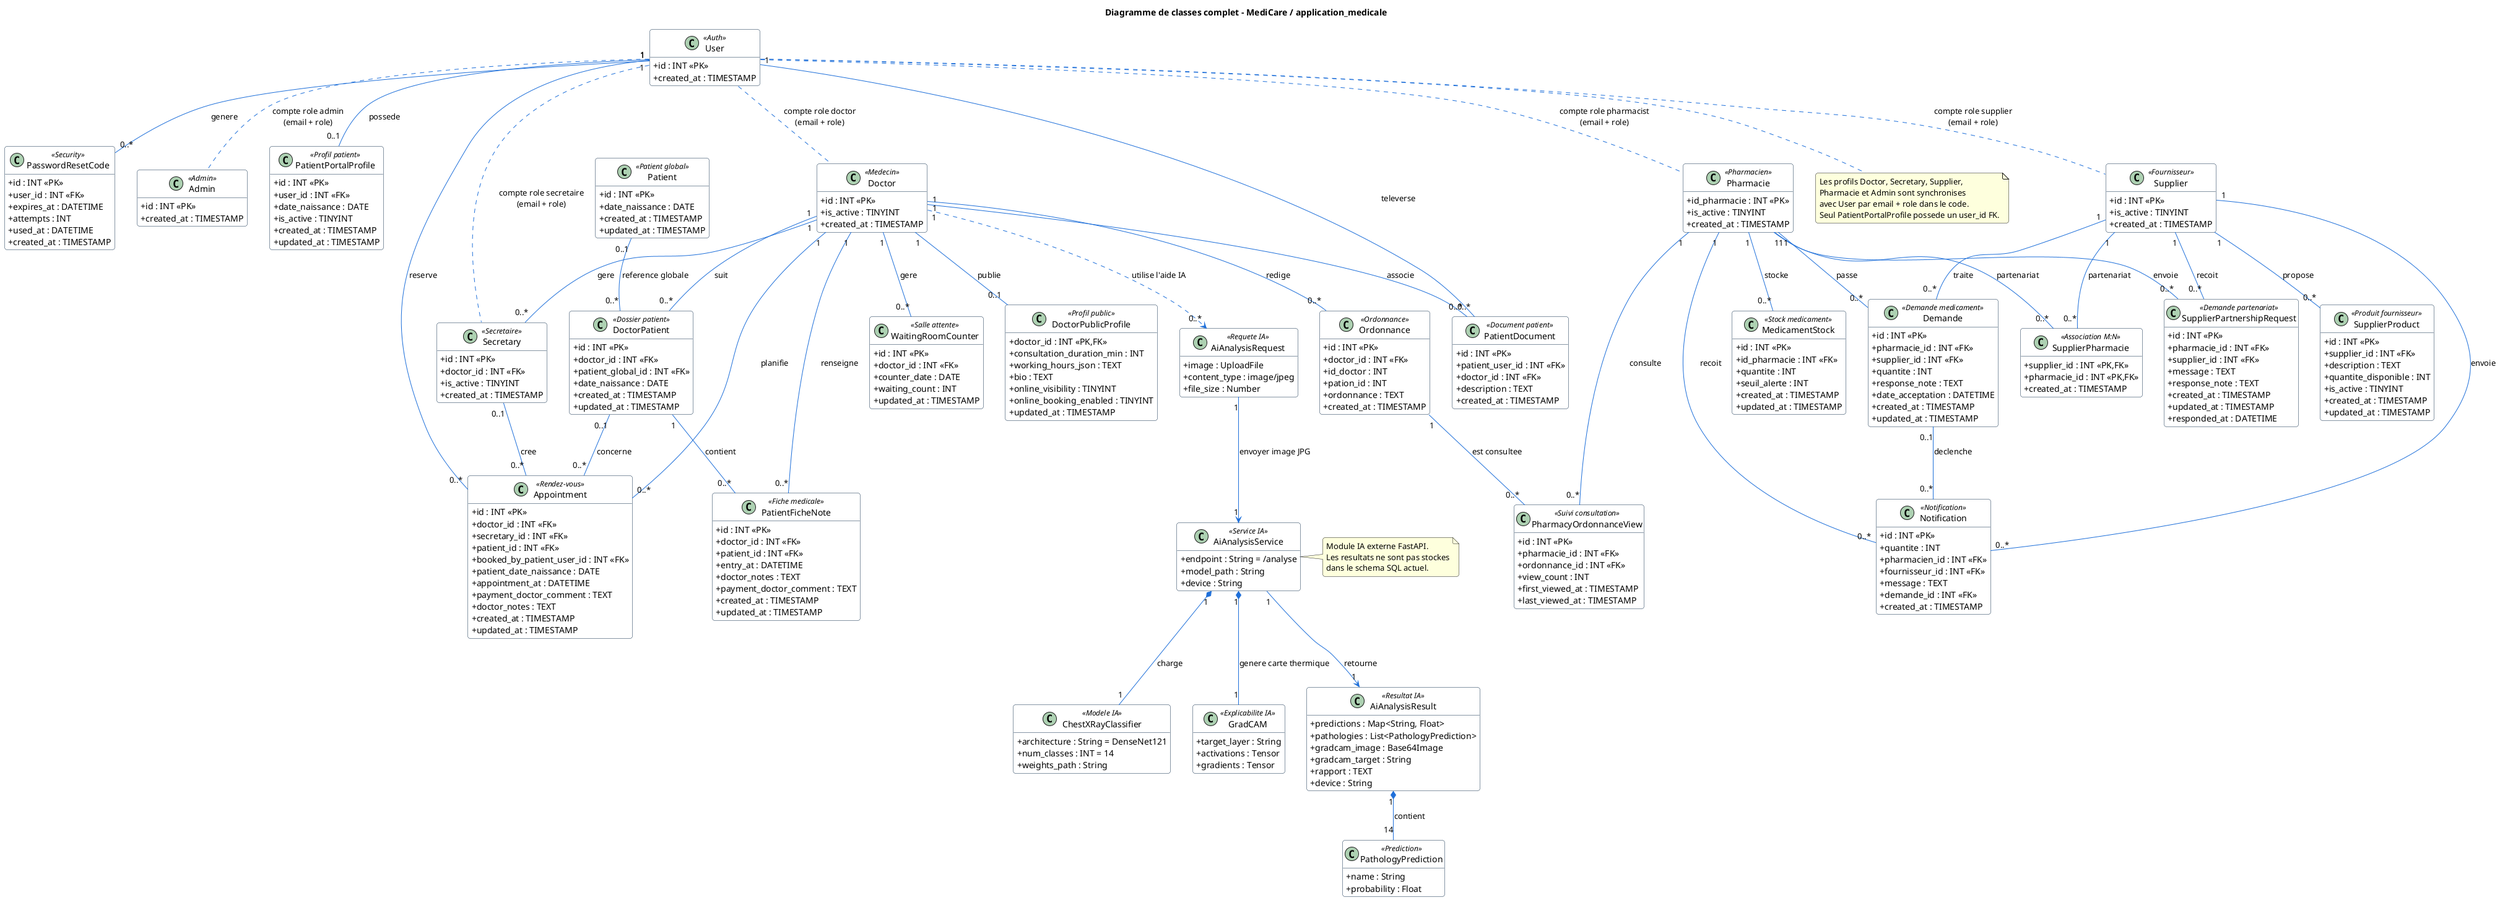
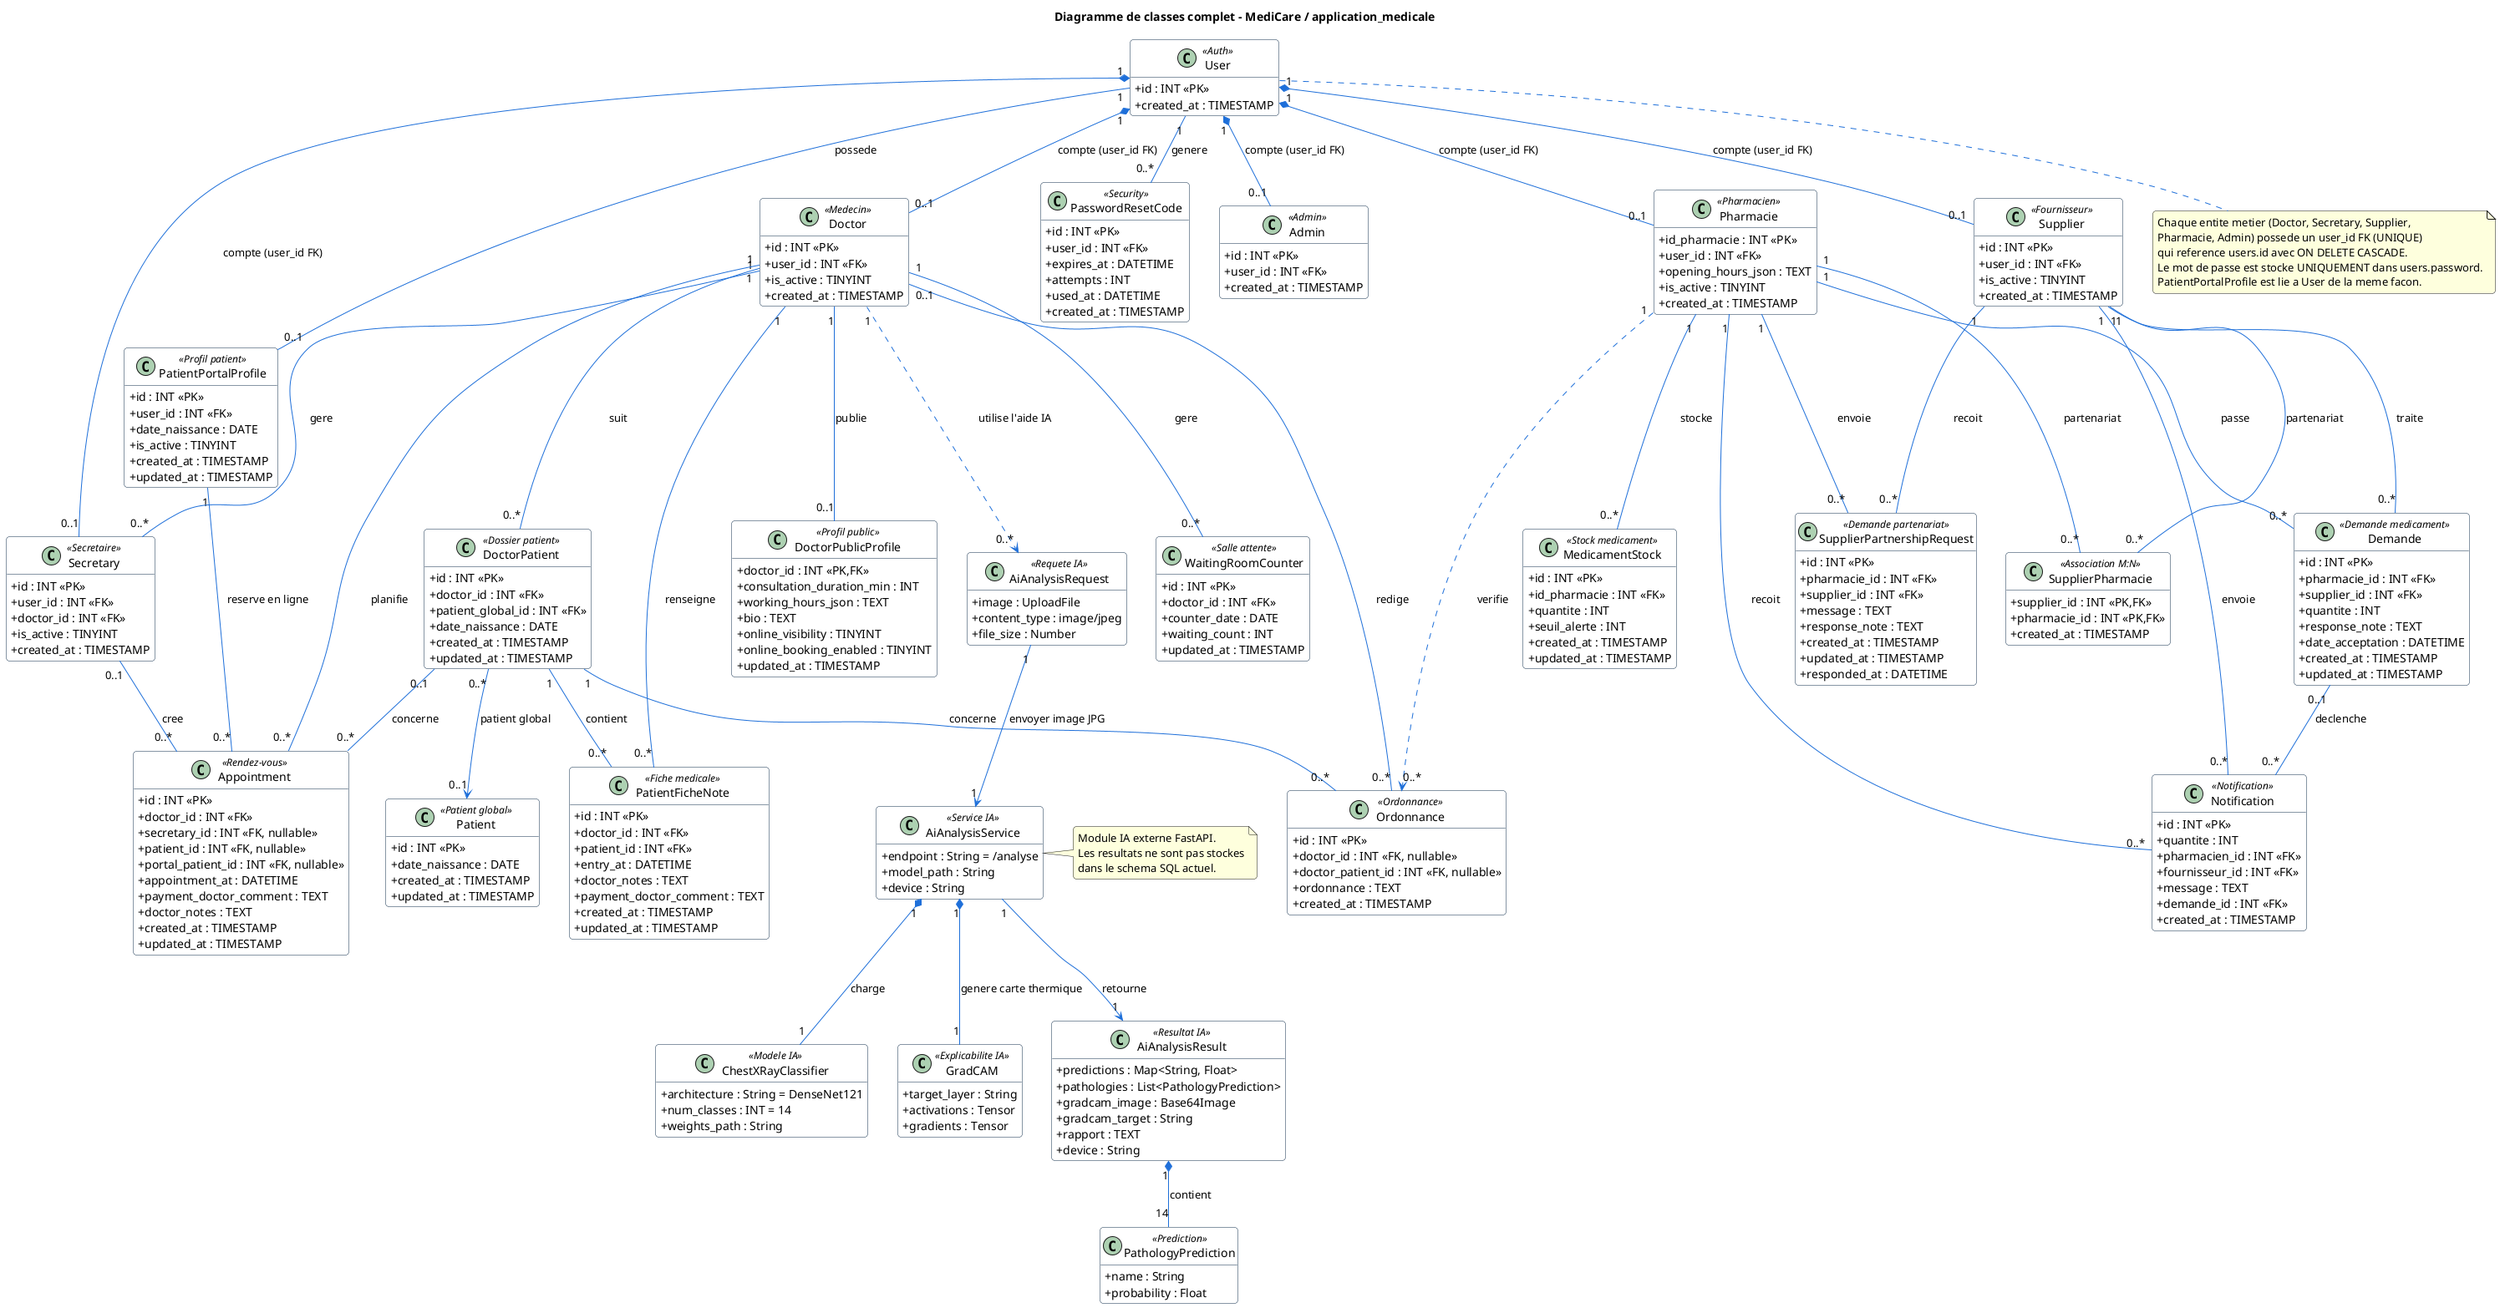
@startuml
title Diagramme de classes complet - MediCare / application_medicale

skinparam classAttributeIconSize 0
skinparam shadowing false
skinparam roundcorner 8
skinparam class {
  BackgroundColor White
  BorderColor #0f2d4a
  ArrowColor #1e6fd9
}

hide methods

' =========================================================
' Authentification et comptes
' =========================================================
class User <<Auth>> {
  +id : INT <<PK>>
  +email : VARCHAR(191) <<UNIQUE>>
  +cin : VARCHAR(30) <<UNIQUE>>
  +password : VARCHAR(255)
  +role : ENUM(admin, pharmacist, doctor, supplier, pation, secretaire)
  +created_at : TIMESTAMP
}

class PasswordResetCode <<Security>> {
  +id : INT <<PK>>
  +user_id : INT <<FK>>
  +code_hash : VARCHAR(255)
  +expires_at : DATETIME
  +attempts : INT
  +used_at : DATETIME
  +request_ip : VARCHAR(45)
  +user_agent : VARCHAR(255)
  +created_at : TIMESTAMP
}

class Admin <<Admin>> {
  +id : INT <<PK>>
+   +user_id : INT <<FK>>
  +full_name : VARCHAR(120)
  +email : VARCHAR(191) <<UNIQUE>>
-   +mot_de_passe : VARCHAR(255)
  +phone : VARCHAR(30)
  +address : VARCHAR(255)
  +created_at : TIMESTAMP
}

class PatientPortalProfile <<Profil patient>> {
  +id : INT <<PK>>
  +user_id : INT <<FK>>
  +nom : VARCHAR(120)
  +prenom : VARCHAR(120)
  +email : VARCHAR(191) <<UNIQUE>>
  +telephone : VARCHAR(30)
  +cin : VARCHAR(30) <<UNIQUE>>
  +date_naissance : DATE
  +city : VARCHAR(120)
  +latitude : DECIMAL(10,7)
  +longitude : DECIMAL(10,7)
  +is_active : TINYINT
  +created_at : TIMESTAMP
  +updated_at : TIMESTAMP
}

' =========================================================
' Medecin, secretaire, patient
' =========================================================
class Doctor <<Medecin>> {
  +id : INT <<PK>>
-   +nom : VARCHAR(120)
-   +prenom : VARCHAR(120)
-   +email : VARCHAR(191) <<UNIQUE>>
-   +password : VARCHAR(255)
+   +user_id : INT <<FK>>
+   +nom : VARCHAR(120)
+   +prenom : VARCHAR(120)
+   +email : VARCHAR(191) <<UNIQUE>>
  +cin : VARCHAR(30) <<UNIQUE>>
  +specialty : VARCHAR(120)
  +is_active : TINYINT
  +created_at : TIMESTAMP
}

class DoctorPublicProfile <<Profil public>> {
  +doctor_id : INT <<PK,FK>>
  +display_name : VARCHAR(160)
  +public_phone : VARCHAR(30)
  +address_line : VARCHAR(255)
  +city : VARCHAR(120)
  +latitude : DECIMAL(10,7)
  +longitude : DECIMAL(10,7)
  +consultation_fee : DECIMAL(10,2)
  +consultation_duration_min : INT
  +working_hours_json : TEXT
  +bio : TEXT
  +online_visibility : TINYINT
  +online_booking_enabled : TINYINT
  +updated_at : TIMESTAMP
}

class Secretary <<Secretaire>> {
  +id : INT <<PK>>
-   +doctor_id : INT <<FK>>
-   +nom : VARCHAR(120)
-   +prenom : VARCHAR(120)
-   +email : VARCHAR(191) <<UNIQUE>>
-   +password : VARCHAR(255)
+   +user_id : INT <<FK>>
+   +doctor_id : INT <<FK>>
+   +nom : VARCHAR(120)
+   +prenom : VARCHAR(120)
+   +email : VARCHAR(191) <<UNIQUE>>
  +telephone : VARCHAR(30)
  +is_active : TINYINT
  +created_at : TIMESTAMP
}

class Patient <<Patient global>> {
  +id : INT <<PK>>
  +nom : VARCHAR(120)
  +prenom : VARCHAR(120)
  +cin : VARCHAR(30) <<UNIQUE>>
  +telephone : VARCHAR(30)
  +date_naissance : DATE
  +created_at : TIMESTAMP
  +updated_at : TIMESTAMP
}

class DoctorPatient <<Dossier patient>> {
  +id : INT <<PK>>
  +doctor_id : INT <<FK>>
  +patient_global_id : INT <<FK>>
  +matricule : VARCHAR(30)
  +nom : VARCHAR(120)
  +prenom : VARCHAR(120)
  +cin : VARCHAR(30)
  +telephone : VARCHAR(30)
  +date_naissance : DATE
  +created_at : TIMESTAMP
  +updated_at : TIMESTAMP
}

class PatientFicheNote <<Fiche medicale>> {
  +id : INT <<PK>>
  +doctor_id : INT <<FK>>
  +patient_id : INT <<FK>>
  +entry_at : DATETIME
  +doctor_notes : TEXT
  +payment_amount : DECIMAL(10,2)
  +payment_doctor_comment : TEXT
  +created_at : TIMESTAMP
  +updated_at : TIMESTAMP
}

- class PatientDocument <<Document patient>> {
-   +id : INT <<PK>>
-   +patient_user_id : INT <<FK>>
-   +doctor_id : INT <<FK>>
-   +title : VARCHAR(160)
-   +description : TEXT
-   +file_url : VARCHAR(512)
-   +created_at : TIMESTAMP
- }
- 
class Appointment <<Rendez-vous>> {
  +id : INT <<PK>>
  +doctor_id : INT <<FK>>
-   +secretary_id : INT <<FK>>
-   +patient_id : INT <<FK>>
-   +booked_by_patient_user_id : INT <<FK>>
-   +patient_matricule : VARCHAR(30)
-   +patient_nom : VARCHAR(120)
-   +patient_prenom : VARCHAR(120)
-   +patient_cin : VARCHAR(30)
-   +patient_phone : VARCHAR(30)
-   +patient_date_naissance : DATE
+   +secretary_id : INT <<FK, nullable>>
+   +patient_id : INT <<FK, nullable>>
+   +portal_patient_id : INT <<FK, nullable>>
  +appointment_at : DATETIME
  +payment_amount : DECIMAL(10,2)
  +payment_doctor_comment : TEXT
  +doctor_notes : TEXT
-   +created_by_role : ENUM(doctor, secretaire)
+   +created_by_role : ENUM(doctor, secretaire, pation)
  +created_at : TIMESTAMP
  +updated_at : TIMESTAMP
}

class WaitingRoomCounter <<Salle attente>> {
  +id : INT <<PK>>
  +doctor_id : INT <<FK>>
  +counter_date : DATE
  +waiting_count : INT
  +updated_at : TIMESTAMP
}

class Ordonnance <<Ordonnance>> {
  +id : INT <<PK>>
-   +doctor_id : INT <<FK>>
-   +id_doctor : INT
-   +pation_id : INT
+   +doctor_id : INT <<FK, nullable>>
+   +doctor_patient_id : INT <<FK, nullable>>
  +cin : VARCHAR(30)
  +nom : VARCHAR(120)
  +prenom : VARCHAR(120)
  +ordonnance : TEXT
  +status : VARCHAR(50)
  +created_at : TIMESTAMP
}

' =========================================================
' Pharmacie, fournisseur, stock
' =========================================================
class Pharmacie <<Pharmacien>> {
  +id_pharmacie : INT <<PK>>
+   +user_id : INT <<FK>>
  +nom_pharmacie : VARCHAR(120)
  +email : VARCHAR(191) <<UNIQUE>>
  +telephone : VARCHAR(30)
-   +mot_de_passe : VARCHAR(255)
  +president_pharmacie : VARCHAR(120)
  +address_line : VARCHAR(255)
  +city : VARCHAR(120)
+   +pharmacy_type : ENUM(day,night,both)
+   +opening_hours_json : TEXT
+   +latitude : DECIMAL(10,7)
+   +longitude : DECIMAL(10,7)
  +is_active : TINYINT
  +created_at : TIMESTAMP
}

class MedicamentStock <<Stock medicament>> {
  +id : INT <<PK>>
  +id_pharmacie : INT <<FK>>
  +nom : VARCHAR(140)
  +quantite : INT
  +prix : DECIMAL(10,2)
  +seuil_alerte : INT
  +created_at : TIMESTAMP
  +updated_at : TIMESTAMP
}

class Supplier <<Fournisseur>> {
  +id : INT <<PK>>
-   +nom : VARCHAR(120)
-   +prenom : VARCHAR(120)
-   +email : VARCHAR(191) <<UNIQUE>>
-   +password : VARCHAR(255)
-   +telephone : VARCHAR(30)
-   +is_active : TINYINT
-   +created_at : TIMESTAMP
- }
- 
- class SupplierProduct <<Produit fournisseur>> {
-   +id : INT <<PK>>
-   +supplier_id : INT <<FK>>
-   +nom : VARCHAR(140)
-   +description : TEXT
-   +prix : DECIMAL(10,2)
-   +quantite_disponible : INT
-   +unite : VARCHAR(40)
-   +is_active : TINYINT
-   +created_at : TIMESTAMP
-   +updated_at : TIMESTAMP
+   +user_id : INT <<FK>>
+   +nom : VARCHAR(120)
+   +prenom : VARCHAR(120)
+   +email : VARCHAR(191) <<UNIQUE>>
+   +telephone : VARCHAR(30)
+   +is_active : TINYINT
+   +created_at : TIMESTAMP
}

class SupplierPharmacie <<Association M:N>> {
  +supplier_id : INT <<PK,FK>>
  +pharmacie_id : INT <<PK,FK>>
  +created_at : TIMESTAMP
}

class SupplierPartnershipRequest <<Demande partenariat>> {
  +id : INT <<PK>>
  +pharmacie_id : INT <<FK>>
  +supplier_id : INT <<FK>>
  +message : TEXT
  +status : ENUM(en_attente, acceptee, refusee)
  +response_note : TEXT
  +created_at : TIMESTAMP
  +updated_at : TIMESTAMP
  +responded_at : DATETIME
}

class Demande <<Demande medicament>> {
  +id : INT <<PK>>
  +pharmacie_id : INT <<FK>>
  +supplier_id : INT <<FK>>
  +nom_medicament : VARCHAR(140)
  +quantite : INT
  +status : ENUM(en_attente, acceptee, recue, non_livree, refusee)
  +response_note : TEXT
  +date_acceptation : DATETIME
  +created_at : TIMESTAMP
  +updated_at : TIMESTAMP
}

class Notification <<Notification>> {
  +id : INT <<PK>>
  +nom_medicament : VARCHAR(140)
  +quantite : INT
  +pharmacien_id : INT <<FK>>
  +fournisseur_id : INT <<FK>>
  +message : TEXT
  +status : ENUM(en_attente, acceptee, refusee, recue)
  +demande_id : INT <<FK>>
  +created_at : TIMESTAMP
}

- class PharmacyOrdonnanceView <<Suivi consultation>> {
-   +id : INT <<PK>>
-   +pharmacie_id : INT <<FK>>
-   +ordonnance_id : INT <<FK>>
-   +view_count : INT
-   +first_viewed_at : TIMESTAMP
-   +last_viewed_at : TIMESTAMP
- }
- 
' =========================================================
' Module IA - non persiste en base de donnees
' =========================================================
class AiAnalysisService <<Service IA>> {
  +endpoint : String = /analyse
  +model_path : String
  +device : String
  +analyze_image(image_bytes) : AiAnalysisResult
}

class ChestXRayClassifier <<Modele IA>> {
  +architecture : String = DenseNet121
  +num_classes : INT = 14
  +weights_path : String
}

class GradCAM <<Explicabilite IA>> {
  +target_layer : String
  +activations : Tensor
  +gradients : Tensor
  +generate(image_tensor, class_idx) : Heatmap
}

class AiAnalysisRequest <<Requete IA>> {
  +image : UploadFile
  +content_type : image/jpeg
  +file_size : Number
}

class AiAnalysisResult <<Resultat IA>> {
  +predictions : Map<String, Float>
  +pathologies : List<PathologyPrediction>
  +gradcam_image : Base64Image
  +gradcam_target : String
  +rapport : TEXT
  +device : String
}

class PathologyPrediction <<Prediction>> {
  +name : String
  +probability : Float
}

' =========================================================
' Relations - authentification
' =========================================================
User "1" -- "0..*" PasswordResetCode : genere
User "1" -- "0..1" PatientPortalProfile : possede
- User "1" -- "0..*" PatientDocument : televerse
- User "1" -- "0..*" Appointment : reserve
- 
- User .. Doctor : compte role doctor\n(email + role)
- User .. Secretary : compte role secretaire\n(email + role)
- User .. Supplier : compte role supplier\n(email + role)
- User .. Pharmacie : compte role pharmacist\n(email + role)
- User .. Admin : compte role admin\n(email + role)
+ PatientPortalProfile "1" -- "0..*" Appointment : reserve en ligne
+ 
+ User "1" *-- "0..1" Doctor : compte (user_id FK)
+ User "1" *-- "0..1" Secretary : compte (user_id FK)
+ User "1" *-- "0..1" Supplier : compte (user_id FK)
+ User "1" *-- "0..1" Pharmacie : compte (user_id FK)
+ User "1" *-- "0..1" Admin : compte (user_id FK)

' =========================================================
' Relations - medecin, patients et rendez-vous
' =========================================================
Doctor "1" -- "0..1" DoctorPublicProfile : publie
Doctor "1" -- "0..*" Secretary : gere
Doctor "1" -- "0..*" DoctorPatient : suit
- Patient "0..1" -- "0..*" DoctorPatient : reference globale
+ DoctorPatient "0..*" --> "0..1" Patient : patient global
DoctorPatient "0..1" -- "0..*" Appointment : concerne
DoctorPatient "1" -- "0..*" PatientFicheNote : contient
Doctor "1" -- "0..*" Appointment : planifie
Secretary "0..1" -- "0..*" Appointment : cree
Doctor "1" -- "0..*" PatientFicheNote : renseigne
- Doctor "1" -- "0..*" PatientDocument : associe
Doctor "1" -- "0..*" WaitingRoomCounter : gere
- Doctor "1" -- "0..*" Ordonnance : redige
+ Doctor "0..1" -- "0..*" Ordonnance : redige

' =========================================================
' Relations - pharmacie, ordonnances et fournisseurs
' =========================================================
- Ordonnance "1" -- "0..*" PharmacyOrdonnanceView : est consultee
- Pharmacie "1" -- "0..*" PharmacyOrdonnanceView : consulte
+ DoctorPatient "1" -- "0..*" Ordonnance : concerne
+ Pharmacie "1" ..> "0..*" Ordonnance : verifie
Pharmacie "1" -- "0..*" MedicamentStock : stocke
Pharmacie "1" -- "0..*" SupplierPharmacie : partenariat
Supplier "1" -- "0..*" SupplierPharmacie : partenariat
Pharmacie "1" -- "0..*" SupplierPartnershipRequest : envoie
Supplier "1" -- "0..*" SupplierPartnershipRequest : recoit
Pharmacie "1" -- "0..*" Demande : passe
Supplier "1" -- "0..*" Demande : traite
- Supplier "1" -- "0..*" SupplierProduct : propose
Pharmacie "1" -- "0..*" Notification : recoit
Supplier "1" -- "0..*" Notification : envoie
Demande "0..1" -- "0..*" Notification : declenche

' =========================================================
' Relations - aide au diagnostic IA
' =========================================================
Doctor "1" ..> "0..*" AiAnalysisRequest : utilise l'aide IA
AiAnalysisRequest "1" --> "1" AiAnalysisService : envoyer image JPG
AiAnalysisService "1" *-- "1" ChestXRayClassifier : charge
AiAnalysisService "1" *-- "1" GradCAM : genere carte thermique
AiAnalysisService "1" --> "1" AiAnalysisResult : retourne
AiAnalysisResult "1" *-- "14" PathologyPrediction : contient

note right of AiAnalysisService
  Module IA externe FastAPI.
  Les resultats ne sont pas stockes
  dans le schema SQL actuel.
end note

note bottom of User
-   Les profils Doctor, Secretary, Supplier,
-   Pharmacie et Admin sont synchronises
-   avec User par email + role dans le code.
-   Seul PatientPortalProfile possede un user_id FK.
+   Chaque entite metier (Doctor, Secretary, Supplier,
+   Pharmacie, Admin) possede un user_id FK (UNIQUE)
+   qui reference users.id avec ON DELETE CASCADE.
+   Le mot de passe est stocke UNIQUEMENT dans users.password.
+   PatientPortalProfile est lie a User de la meme facon.
end note

@enduml
